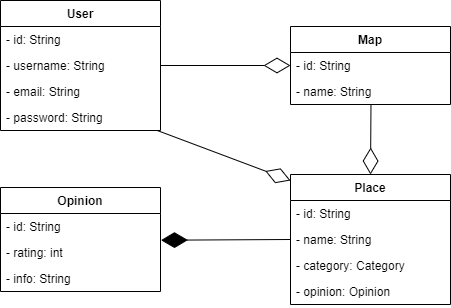
Arquisoft/lomap_es3c keeps this draw.io diagram as images/DomainModel.png. Above is the earlier version. Source tidied: cells renumbered, new cells last; positions are measured from the earlier drawing's top-left corner, leaving out a move shared by most shapes.
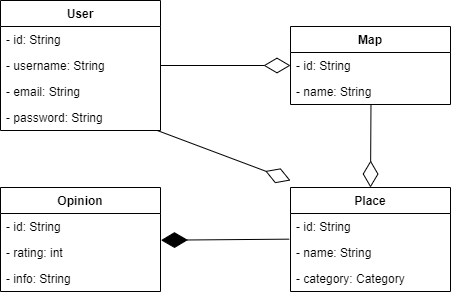
Later version of the same file.

Change to the diagram source:
```diff
@@ -27,7 +27,7 @@
       <mxGeometry y="52" width="160" height="26" as="geometry" />
     </mxCell>
     <mxCell id="10" value="Place" style="swimlane;fontStyle=1;align=center;verticalAlign=top;horizontal=1;startSize=26;" parent="1" vertex="1">
-      <mxGeometry x="290" y="174" width="160" height="130" as="geometry" />
+      <mxGeometry x="290" y="187" width="160" height="104" as="geometry" />
     </mxCell>
     <mxCell id="11" value="- id: String" style="text;strokeColor=none;fillColor=none;align=left;verticalAlign=top;spacingLeft=4;spacingRight=4;overflow=hidden;points=[[0,0.5],[1,0.5]];portConstraint=eastwest;" parent="10" vertex="1">
       <mxGeometry y="26" width="160" height="26" as="geometry" />
@@ -38,9 +38,6 @@
     <mxCell id="13" value="- category: Category" style="text;strokeColor=none;fillColor=none;align=left;verticalAlign=top;spacingLeft=4;spacingRight=4;overflow=hidden;" parent="10" vertex="1">
       <mxGeometry y="78" width="160" height="26" as="geometry" />
     </mxCell>
-    <mxCell id="14" value="- opinion: Opinion" style="text;strokeColor=none;fillColor=none;align=left;verticalAlign=top;spacingLeft=4;spacingRight=4;overflow=hidden;" parent="10" vertex="1">
-      <mxGeometry y="104" width="160" height="26" as="geometry" />
-    </mxCell>
     <mxCell id="15" value="Opinion" style="swimlane;fontStyle=1;align=center;verticalAlign=top;horizontal=1;startSize=26;" parent="1" vertex="1">
       <mxGeometry y="187" width="160" height="104" as="geometry" />
     </mxCell>
@@ -53,7 +50,7 @@
     <mxCell id="18" value="- info: String" style="text;strokeColor=none;fillColor=none;align=left;verticalAlign=top;spacingLeft=4;spacingRight=4;overflow=hidden;" parent="15" vertex="1">
       <mxGeometry y="78" width="160" height="26" as="geometry" />
     </mxCell>
-    <mxCell id="19" style="endArrow=diamondThin;endFill=1;endSize=24;html=1;rounded=0;exitX=0;exitY=0.5;exitDx=0;exitDy=0;entryX=1.003;entryY=0.027;entryDx=0;entryDy=0;entryPerimeter=0;" parent="1" edge="1" source="12" target="17">
+    <mxCell id="19" style="endArrow=diamondThin;endFill=1;endSize=24;html=1;rounded=0;entryX=1.003;entryY=0.027;entryDx=0;entryDy=0;entryPerimeter=0;exitX=-0.008;exitY=0.987;exitDx=0;exitDy=0;exitPerimeter=0;" parent="1" edge="1" source="11" target="17">
       <mxGeometry relative="1" as="geometry" />
     </mxCell>
     <mxCell id="20" style="endArrow=diamondThin;endFill=0;endSize=24;html=1;rounded=0;exitX=1;exitY=0.5;exitDx=0;exitDy=0;entryX=0;entryY=0.5;entryDx=0;entryDy=0;" parent="1" edge="1" source="4" target="8">
```
